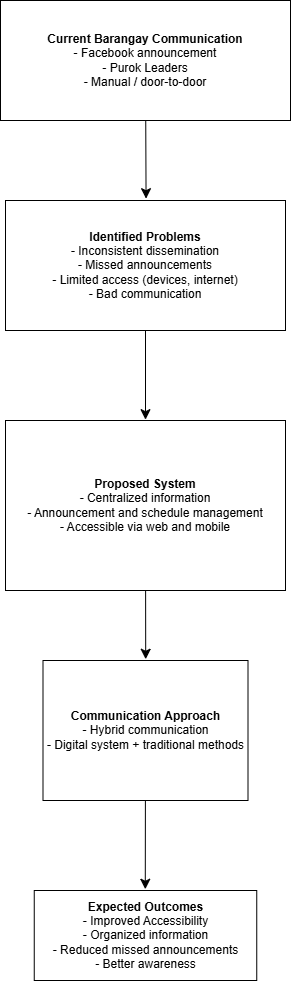
Earlier version of the draw.io export final concept map.drawio.png (ur1el0/Capstone). Source tidied: cells renumbered, new cells last; positions are measured from the earlier drawing's top-left corner, leaving out a move shared by most shapes.
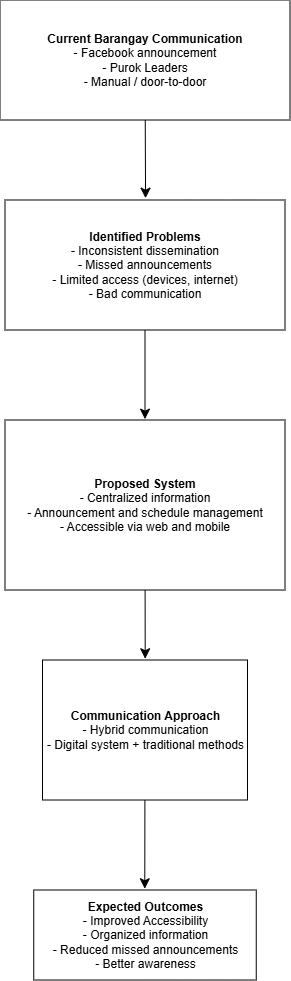
The same diagram one commit later.

The edit, as a diff of the source:
```diff
@@ -2,31 +2,31 @@
   <root>
     <mxCell id="0" />
     <mxCell id="1" parent="0" />
-    <mxCell id="2" style="edgeStyle=none;curved=1;rounded=0;jettySize=auto;html=1;fontSize=12;startSize=8;endSize=8;entryX=0.502;entryY=-0.014;entryDx=0;entryDy=0;entryPerimeter=0;" parent="1" edge="1" source="3" target="5">
+    <mxCell id="2" style="edgeStyle=none;curved=1;rounded=0;jettySize=auto;html=1;fontSize=12;startSize=8;endSize=8;entryX=0.502;entryY=-0.014;entryDx=0;entryDy=0;entryPerimeter=0;strokeColor=light-dark(#000000,#FFFFFF);" parent="1" edge="1" source="3" target="5">
       <mxGeometry relative="1" as="geometry" />
     </mxCell>
-    <mxCell id="3" value="&lt;b&gt;Current Barangay Communication&lt;/b&gt;&lt;div&gt;- Facebook announcement&lt;/div&gt;&lt;div&gt;- Purok Leaders&lt;/div&gt;&lt;div&gt;- Manual / door-to-door&lt;/div&gt;" style="whiteSpace=wrap;html=1;" parent="1" vertex="1">
+    <mxCell id="3" value="&lt;b&gt;Current Barangay Communication&lt;/b&gt;&lt;div&gt;- Facebook announcement&lt;/div&gt;&lt;div&gt;- Purok Leaders&lt;/div&gt;&lt;div&gt;- Manual / door-to-door&lt;/div&gt;" style="whiteSpace=wrap;html=1;strokeColor=light-dark(#000000,#FFFFFF);" parent="1" vertex="1">
       <mxGeometry width="290" height="120" as="geometry" />
     </mxCell>
-    <mxCell id="4" style="edgeStyle=none;curved=1;rounded=0;jettySize=auto;html=1;fontSize=12;startSize=8;endSize=8;entryX=0.5;entryY=-0.005;entryDx=0;entryDy=0;entryPerimeter=0;" parent="1" edge="1" source="5" target="7">
+    <mxCell id="4" style="edgeStyle=none;curved=1;rounded=0;jettySize=auto;html=1;fontSize=12;startSize=8;endSize=8;entryX=0.5;entryY=-0.005;entryDx=0;entryDy=0;entryPerimeter=0;strokeColor=light-dark(#000000,#FFFFFF);" parent="1" edge="1" source="5" target="7">
       <mxGeometry relative="1" as="geometry" />
     </mxCell>
-    <mxCell id="5" value="&lt;b&gt;Identified Problems&lt;/b&gt;&lt;div&gt;- Inconsistent dissemination&lt;/div&gt;&lt;div&gt;- Missed announcements&lt;/div&gt;&lt;div&gt;- Limited access (devices, internet)&lt;/div&gt;&lt;div&gt;- Bad communication&lt;/div&gt;" style="whiteSpace=wrap;html=1;" parent="1" vertex="1">
+    <mxCell id="5" value="&lt;b&gt;Identified Problems&lt;/b&gt;&lt;div&gt;- Inconsistent dissemination&lt;/div&gt;&lt;div&gt;- Missed announcements&lt;/div&gt;&lt;div&gt;- Limited access (devices, internet)&lt;/div&gt;&lt;div&gt;- Bad communication&lt;/div&gt;" style="whiteSpace=wrap;html=1;strokeColor=light-dark(#000000,#FFFFFF);" parent="1" vertex="1">
       <mxGeometry x="5" y="200" width="280" height="130" as="geometry" />
     </mxCell>
-    <mxCell id="6" style="edgeStyle=none;curved=1;rounded=0;jettySize=auto;html=1;fontSize=12;startSize=8;endSize=8;entryX=0.501;entryY=-0.009;entryDx=0;entryDy=0;entryPerimeter=0;" parent="1" edge="1" source="7" target="9">
+    <mxCell id="6" style="edgeStyle=none;curved=1;rounded=0;jettySize=auto;html=1;fontSize=12;startSize=8;endSize=8;entryX=0.501;entryY=-0.009;entryDx=0;entryDy=0;entryPerimeter=0;strokeColor=light-dark(#000000,#FFFFFF);" parent="1" edge="1" source="7" target="9">
       <mxGeometry relative="1" as="geometry" />
     </mxCell>
-    <mxCell id="7" value="&lt;b&gt;Proposed System&lt;/b&gt;&lt;div&gt;- Centralized information&lt;/div&gt;&lt;div&gt;- Announcement and schedule management&lt;/div&gt;&lt;div&gt;- Accessible via web and mobile&lt;/div&gt;" style="whiteSpace=wrap;html=1;" parent="1" vertex="1">
+    <mxCell id="7" value="&lt;b&gt;Proposed System&lt;/b&gt;&lt;div&gt;- Centralized information&lt;/div&gt;&lt;div&gt;- Announcement and schedule management&lt;/div&gt;&lt;div&gt;- Accessible via web and mobile&lt;/div&gt;" style="whiteSpace=wrap;html=1;strokeColor=light-dark(#000000,#FFFFFF);" parent="1" vertex="1">
       <mxGeometry x="5" y="420" width="280" height="170" as="geometry" />
     </mxCell>
-    <mxCell id="8" style="edgeStyle=none;curved=1;rounded=0;jettySize=auto;html=1;fontSize=12;startSize=8;endSize=8;entryX=0.499;entryY=-0.014;entryDx=0;entryDy=0;entryPerimeter=0;" parent="1" edge="1" source="9" target="10">
+    <mxCell id="8" style="edgeStyle=none;curved=1;rounded=0;jettySize=auto;html=1;fontSize=12;startSize=8;endSize=8;entryX=0.499;entryY=-0.014;entryDx=0;entryDy=0;entryPerimeter=0;strokeColor=light-dark(#000000,#FFFFFF);" parent="1" edge="1" source="9" target="10">
       <mxGeometry relative="1" as="geometry" />
     </mxCell>
-    <mxCell id="9" value="&lt;b&gt;Communication Approach&lt;/b&gt;&lt;div&gt;- Hybrid communication&lt;/div&gt;&lt;div&gt;- Digital system + traditional methods&lt;/div&gt;" style="whiteSpace=wrap;html=1;" parent="1" vertex="1">
+    <mxCell id="9" value="&lt;b&gt;Communication Approach&lt;/b&gt;&lt;div&gt;- Hybrid communication&lt;/div&gt;&lt;div&gt;- Digital system + traditional methods&lt;/div&gt;" style="whiteSpace=wrap;html=1;strokeColor=light-dark(#000000,#FFFFFF);" parent="1" vertex="1">
       <mxGeometry x="42.5" y="660" width="205" height="140" as="geometry" />
     </mxCell>
-    <mxCell id="10" value="&lt;b&gt;Expected Outcomes&lt;/b&gt;&lt;div&gt;- Improved Accessibility&lt;/div&gt;&lt;div&gt;- Organized information&lt;/div&gt;&lt;div&gt;- Reduced missed announcements&lt;/div&gt;&lt;div&gt;- Better awareness&lt;/div&gt;" style="whiteSpace=wrap;html=1;" parent="1" vertex="1">
+    <mxCell id="10" value="&lt;b&gt;Expected Outcomes&lt;/b&gt;&lt;div&gt;- Improved Accessibility&lt;/div&gt;&lt;div&gt;- Organized information&lt;/div&gt;&lt;div&gt;- Reduced missed announcements&lt;/div&gt;&lt;div&gt;- Better awareness&lt;/div&gt;" style="whiteSpace=wrap;html=1;strokeColor=light-dark(#000000,#FFFFFF);" parent="1" vertex="1">
       <mxGeometry x="33.8" y="890" width="222.5" height="90" as="geometry" />
     </mxCell>
   </root>
```
